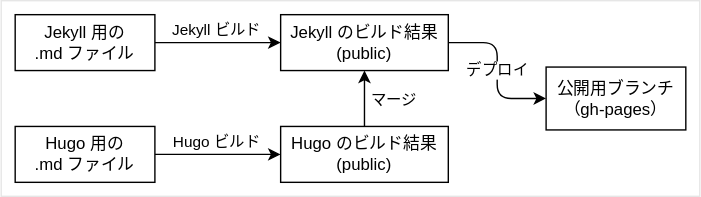
The draw.io diagram content/tech/jekyll/jekyll-with-hugo/img-001.drawio.svg in maku77/maku.blog, before a commit. Source tidied: cells renumbered, new cells last; positions are measured from the earlier drawing's top-left corner, leaving out a move shared by most shapes.
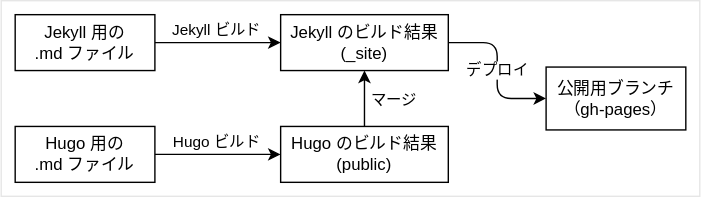
The same diagram one commit later.

Commit message:
Use _site as Jekyll's output directory

Diff of the diagram source:
```diff
@@ -38,7 +38,7 @@
     <mxCell id="11" value="公開用ブランチ&lt;br&gt;（gh-pages）" style="rounded=0;whiteSpace=wrap;html=1;" parent="1" vertex="1">
       <mxGeometry x="390" y="47.5" width="100" height="45" as="geometry" />
     </mxCell>
-    <mxCell id="12" value="Jekyll のビルド結果&lt;br&gt;(public)" style="rounded=0;whiteSpace=wrap;html=1;" parent="1" vertex="1">
+    <mxCell id="12" value="Jekyll のビルド結果&lt;br&gt;(_site)" style="rounded=0;whiteSpace=wrap;html=1;" parent="1" vertex="1">
       <mxGeometry x="200" y="10" width="120" height="40" as="geometry" />
     </mxCell>
     <mxCell id="13" style="edgeStyle=none;html=1;exitX=0.5;exitY=0;exitDx=0;exitDy=0;" parent="1" edge="1" source="15" target="12">
```
